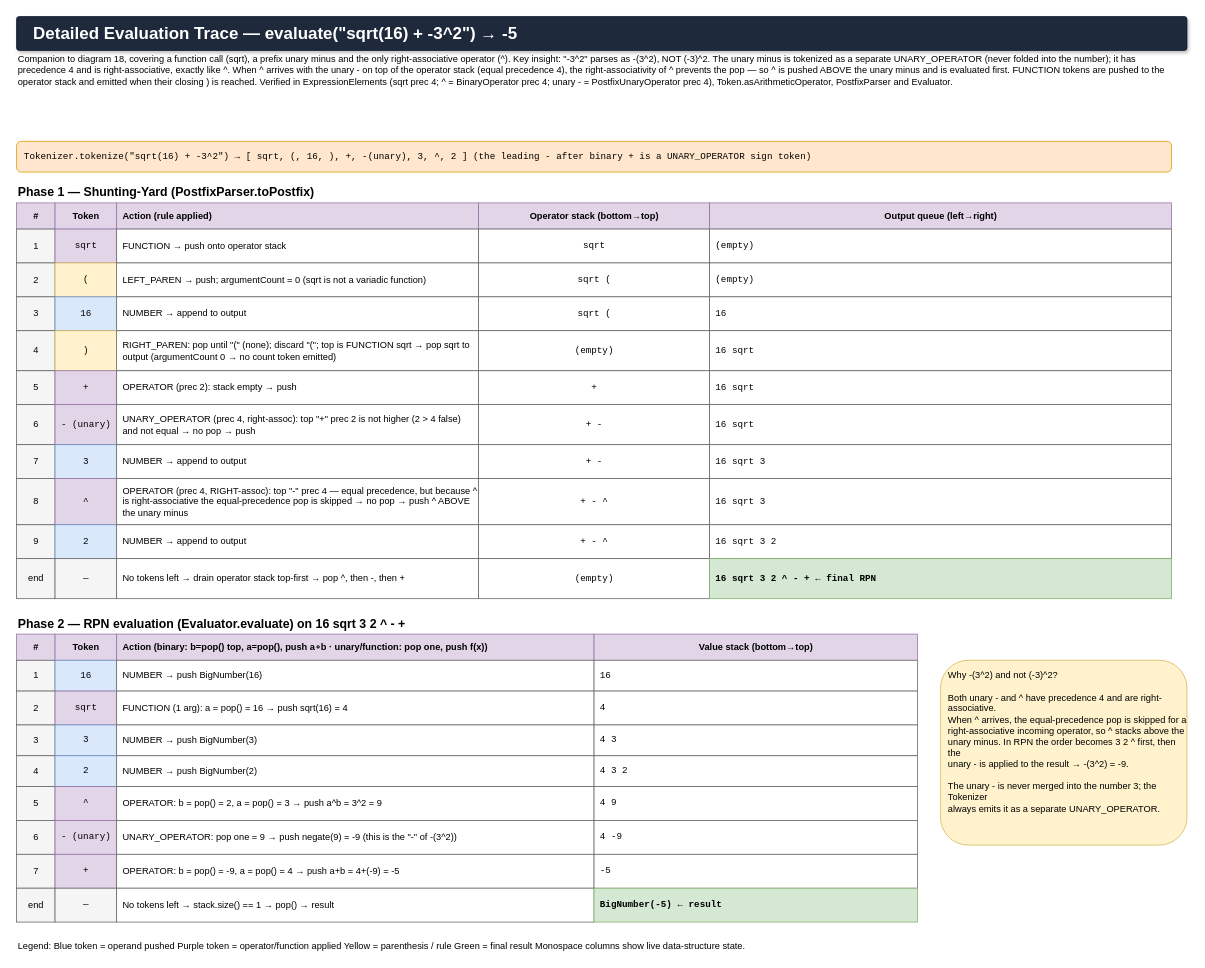
Above: docs/diagrams/flows/detailed evaluation trace function unary.drawio in lembergmax/JustMath (draw.io), before the change. Source tidied: cells renumbered, new cells numbered last; positions are measured from the earlier drawing's top-left corner, leaving out a move shared by most shapes. Both pictures are drawn from the tidied source at 77%, with x=0, y=0 at pixel (16, 16).
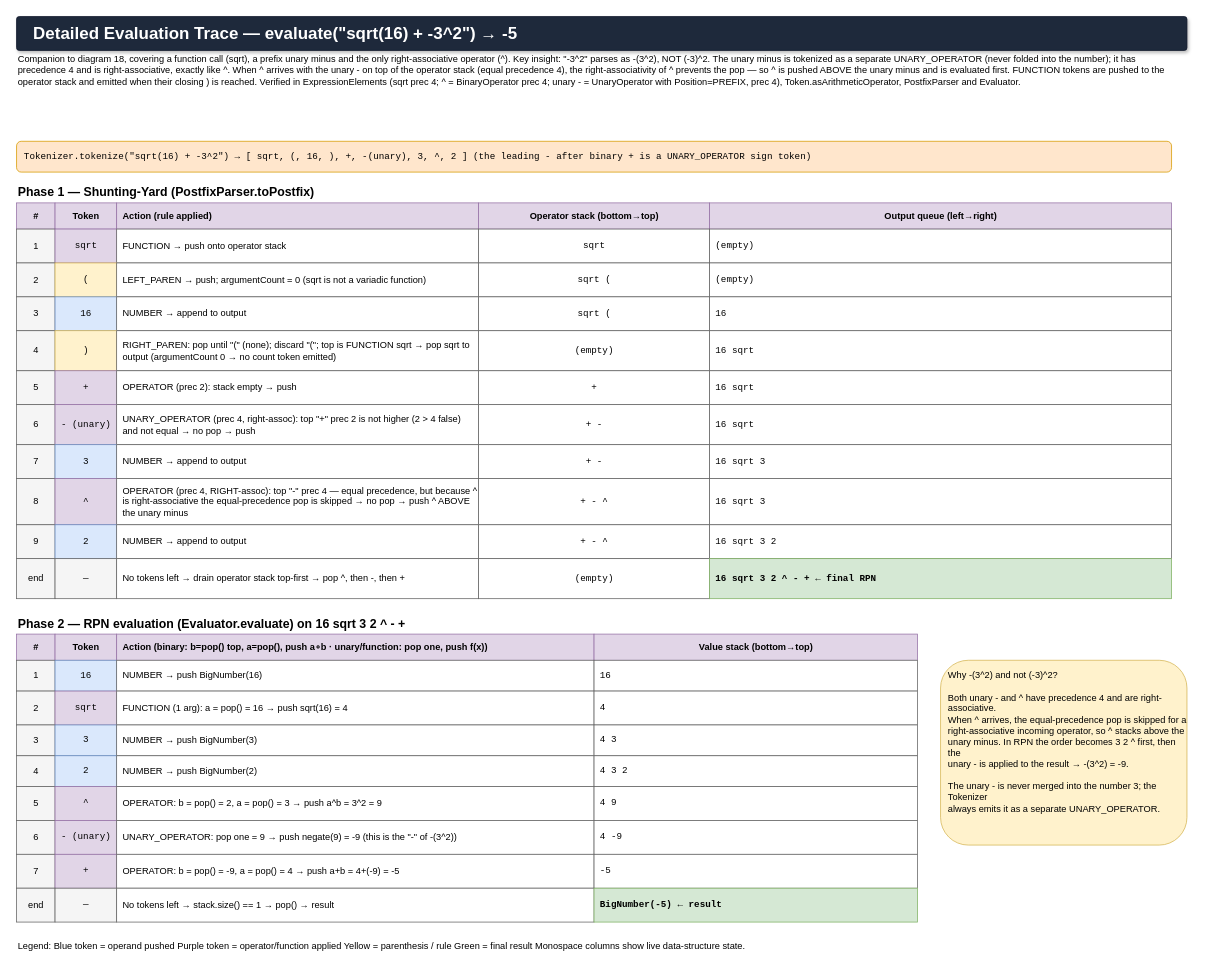
Above is the later version.

Commit message (it also covers changes not shown here):
Refactor calculator: PostfixUnaryOperator -> UnaryOperator with Position

Change to the diagram source:
```diff
@@
-    <mxCell id="3" value="Companion to diagram 18, covering a function call (sqrt), a prefix unary minus and the only right-associative operator (^). Key insight: &quot;-3^2&quot; parses as -(3^2), NOT (-3)^2. The unary minus is tokenized as a separate UNARY_OPERATOR (never folded into the number); it has precedence 4 and is right-associative, exactly like ^. When ^ arrives with the unary - on top of the operator stack (equal precedence 4), the right-associativity of ^ prevents the pop — so ^ is pushed ABOVE the unary minus and is evaluated first. FUNCTION tokens are pushed to the operator stack and emitted when their closing ) is reached. Verified in ExpressionElements (sqrt prec 4; ^ = BinaryOperator prec 4; unary - = PostfixUnaryOperator prec 4), Token.asArithmeticOperator, PostfixParser and Evaluator." style="text;html=1;fontSize=12;align=left;verticalAlign=top;whiteSpace=wrap;" parent="1" vertex="1">
+    <mxCell id="3" value="Companion to diagram 18, covering a function call (sqrt), a prefix unary minus and the only right-associative operator (^). Key insight: &quot;-3^2&quot; parses as -(3^2), NOT (-3)^2. The unary minus is tokenized as a separate UNARY_OPERATOR (never folded into the number); it has precedence 4 and is right-associative, exactly like ^. When ^ arrives with the unary - on top of the operator stack (equal precedence 4), the right-associativity of ^ prevents the pop — so ^ is pushed ABOVE the unary minus and is evaluated first. FUNCTION tokens are pushed to the operator stack and emitted when their closing ) is reached. Verified in ExpressionElements (sqrt prec 4; ^ = BinaryOperator prec 4; unary - = UnaryOperator with Position=PREFIX, prec 4), Token.asArithmeticOperator, PostfixParser and Evaluator." style="text;html=1;fontSize=12;align=left;verticalAlign=top;whiteSpace=wrap;" parent="1" vertex="1">
       <mxGeometry y="42" width="1500" height="110" as="geometry" />
     </mxCell>
```
